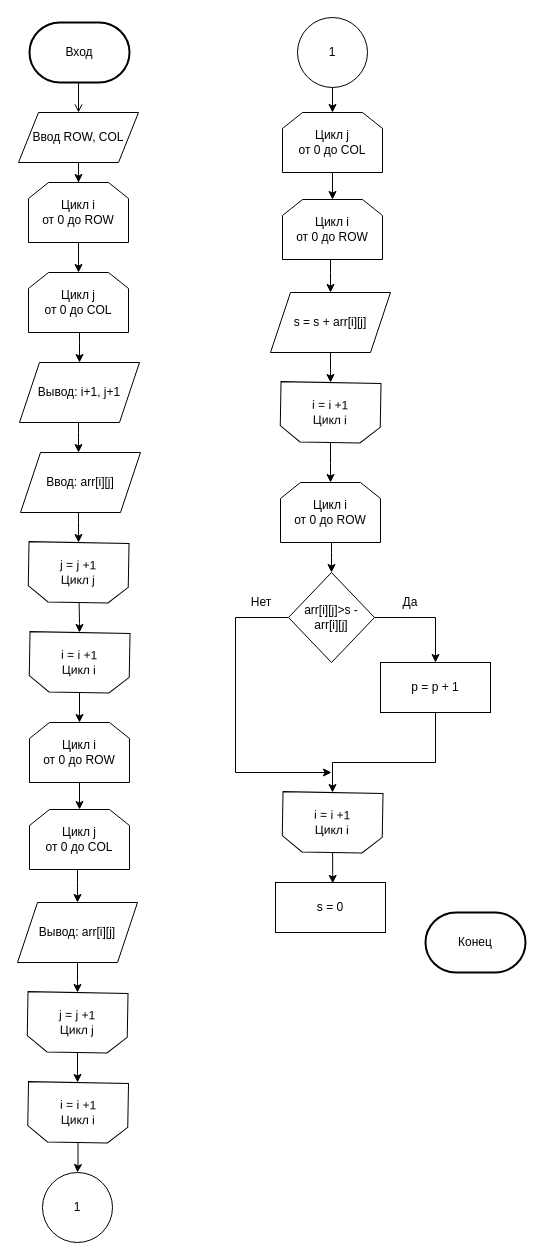
Above: laba5.drawio in ArgumenTiKi/labs (draw.io), before the change. Source tidied: cells renumbered, new cells numbered last; positions are measured from the earlier drawing's top-left corner, leaving out a move shared by most shapes. Both pictures are drawn from the tidied source at 100%, with x=0, y=0 at pixel (17, 17).
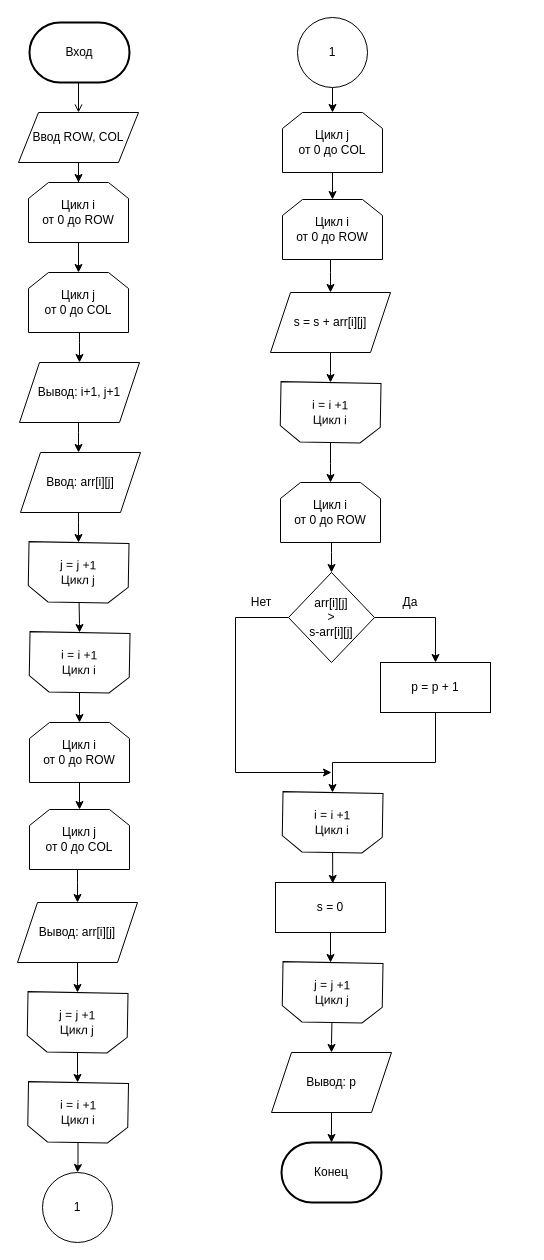
The same diagram, later.

Unchanged cells that the change refers to:
```xml
<mxCell id="52" value="s = 0" style="rounded=0;whiteSpace=wrap;html=1;" parent="1" vertex="1">
  <mxGeometry x="258" y="865" width="110" height="50" as="geometry" />
</mxCell>
```

Change to the diagram source:
```diff
@@
     <mxCell id="6" value="Конец" style="strokeWidth=2;html=1;shape=mxgraph.flowchart.terminator;whiteSpace=wrap;" parent="1" vertex="1">
-      <mxGeometry x="408" y="895" width="100" height="60" as="geometry" />
+      <mxGeometry x="264" y="1125" width="100" height="60" as="geometry" />
     </mxCell>
@@
-    <mxCell id="18" value="arr[i][j]&amp;gt;s -&lt;br&gt;arr[i][j]" style="rhombus;whiteSpace=wrap;html=1;direction=south;" parent="1" vertex="1">
+    <mxCell id="18" value="arr[i][j] &lt;br&gt;&amp;gt; &lt;br&gt;s-arr[i][j]" style="rhombus;whiteSpace=wrap;html=1;direction=south;" parent="1" vertex="1">
       <mxGeometry x="271" y="555" width="86" height="90" as="geometry" />
     </mxCell>
@@
+    <mxCell id="53" style="edgeStyle=orthogonalEdgeStyle;rounded=0;jettySize=auto;html=1;entryX=0.475;entryY=0.999;entryDx=0;entryDy=0;entryPerimeter=0;" parent="1" edge="1" source="52" target="57">
+      <mxGeometry relative="1" as="geometry" />
+    </mxCell>
@@
+    <mxCell id="54" style="edgeStyle=orthogonalEdgeStyle;rounded=0;jettySize=auto;html=1;" parent="1" edge="1" source="55" target="6">
+      <mxGeometry relative="1" as="geometry" />
+    </mxCell>
+    <mxCell id="55" value="Вывод: p" style="shape=parallelogram;perimeter=parallelogramPerimeter;whiteSpace=wrap;html=1;fixedSize=1;" parent="1" vertex="1">
+      <mxGeometry x="254" y="1035" width="120" height="60" as="geometry" />
+    </mxCell>
+    <mxCell id="56" style="edgeStyle=orthogonalEdgeStyle;rounded=0;jettySize=auto;html=1;entryX=0.5;entryY=0;entryDx=0;entryDy=0;" parent="1" edge="1" source="57" target="55">
+      <mxGeometry relative="1" as="geometry">
+        <Array as="points">
+          <mxPoint x="314" y="1026" />
+        </Array>
+      </mxGeometry>
+    </mxCell>
+    <mxCell id="57" value="j = j +1&lt;br&gt;Цикл j" style="shape=loopLimit;whiteSpace=wrap;html=1;rotation=1;flipV=1;" parent="1" vertex="1">
+      <mxGeometry x="265" y="945" width="100" height="60" as="geometry" />
+    </mxCell>
```
